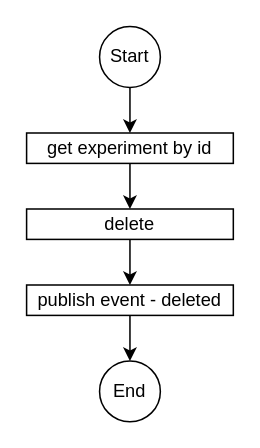
This is images/experiments/command/experiments-command-delete.drawio from neuro-stimulator/neuro-server, a draw.io file, before an edit. Source tidied: cells renumbered, new cells numbered last; positions are measured from the earlier drawing's top-left corner, leaving out a move shared by most shapes. Both pictures are drawn from the tidied source at 152%, with x=0, y=0 at pixel (26, 26).
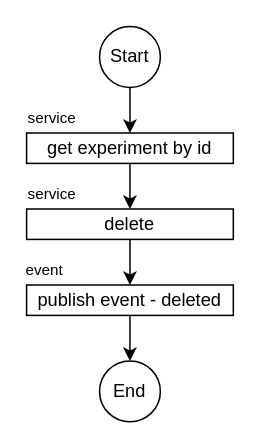
The same diagram, later.

The edit, as a diff of the source:
```diff
@@
 <mxGraphModel>
   <root>
     <mxCell id="0" />
     <mxCell id="1" parent="0" />
     <mxCell id="2" value="Start" style="ellipse;whiteSpace=wrap;html=1;" parent="1" vertex="1">
       <mxGeometry x="48" width="40" height="40" as="geometry" />
     </mxCell>
     <mxCell id="3" style="edgeStyle=orthogonalEdgeStyle;rounded=0;jettySize=auto;html=1;exitX=0.5;exitY=1;exitDx=0;exitDy=0;" parent="1" edge="1" source="2">
       <mxGeometry relative="1" as="geometry">
         <mxPoint x="68" y="70" as="targetPoint" />
       </mxGeometry>
     </mxCell>
     <mxCell id="4" style="edgeStyle=orthogonalEdgeStyle;rounded=0;orthogonalLoop=1;jettySize=auto;html=1;entryX=0.5;entryY=0;entryDx=0;entryDy=0;" parent="1" edge="1">
       <mxGeometry relative="1" as="geometry">
         <mxPoint x="68" y="90" as="sourcePoint" />
         <mxPoint x="68" y="120" as="targetPoint" />
       </mxGeometry>
     </mxCell>
     <mxCell id="5" style="edgeStyle=orthogonalEdgeStyle;rounded=0;jettySize=auto;html=1;entryX=0.5;entryY=0;entryDx=0;entryDy=0;" parent="1" edge="1" target="8">
       <mxGeometry relative="1" as="geometry">
         <mxPoint x="68" y="140" as="sourcePoint" />
       </mxGeometry>
     </mxCell>
     <mxCell id="6" value="End" style="ellipse;whiteSpace=wrap;html=1;" parent="1" vertex="1">
       <mxGeometry x="48" y="220" width="40" height="40" as="geometry" />
     </mxCell>
     <mxCell id="7" style="edgeStyle=orthogonalEdgeStyle;rounded=0;jettySize=auto;html=1;entryX=0.5;entryY=0;entryDx=0;entryDy=0;" parent="1" edge="1" source="8" target="6">
       <mxGeometry relative="1" as="geometry" />
     </mxCell>
     <mxCell id="8" value="publish event - deleted" style="rounded=0;whiteSpace=wrap;html=1;" parent="1" vertex="1">
       <mxGeometry y="170" width="136" height="20" as="geometry" />
     </mxCell>
     <mxCell id="9" value="get experiment by id" style="rounded=0;whiteSpace=wrap;html=1;" parent="1" vertex="1">
       <mxGeometry y="70" width="136" height="20" as="geometry" />
     </mxCell>
     <mxCell id="10" value="delete" style="rounded=0;whiteSpace=wrap;html=1;" parent="1" vertex="1">
       <mxGeometry y="120" width="136" height="20" as="geometry" />
     </mxCell>
+    <mxCell id="11" value="service" style="text;html=1;strokeColor=none;fillColor=none;align=center;verticalAlign=middle;whiteSpace=wrap;rounded=0;fontSize=10;" parent="1" vertex="1">
+      <mxGeometry y="50" width="34" height="20" as="geometry" />
+    </mxCell>
+    <mxCell id="12" value="service" style="text;html=1;strokeColor=none;fillColor=none;align=center;verticalAlign=middle;whiteSpace=wrap;rounded=0;fontSize=10;" parent="1" vertex="1">
+      <mxGeometry y="100" width="34" height="20" as="geometry" />
+    </mxCell>
+    <mxCell id="13" value="event" style="text;html=1;strokeColor=none;fillColor=none;align=center;verticalAlign=middle;whiteSpace=wrap;rounded=0;fontSize=10;" parent="1" vertex="1">
+      <mxGeometry y="150" width="24" height="20" as="geometry" />
+    </mxCell>
   </root>
 </mxGraphModel>
```
